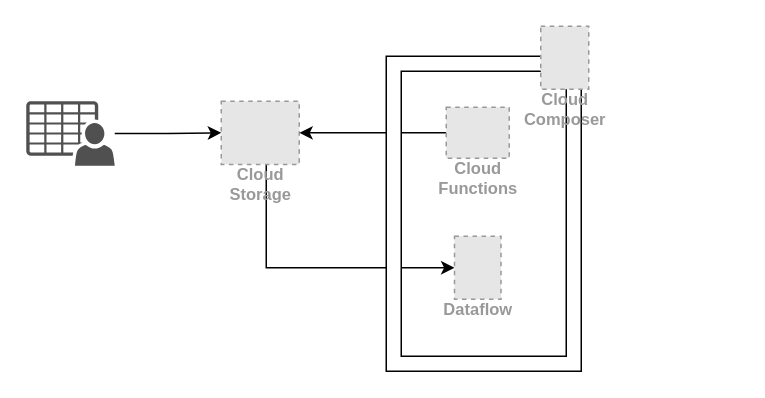
Earlier version of the draw.io diagram pipeline.drawio (yohan-alfonso/gcp-pipeline). Source tidied: cells renumbered, new cells numbered last; positions are measured from the earlier drawing's top-left corner, leaving out a move shared by most shapes. Both pictures are drawn from the tidied source at 150%, with x=0, y=0 at pixel (26, 26). Pictures stored in the file or linked from it are replaced by grey dashed boxes.
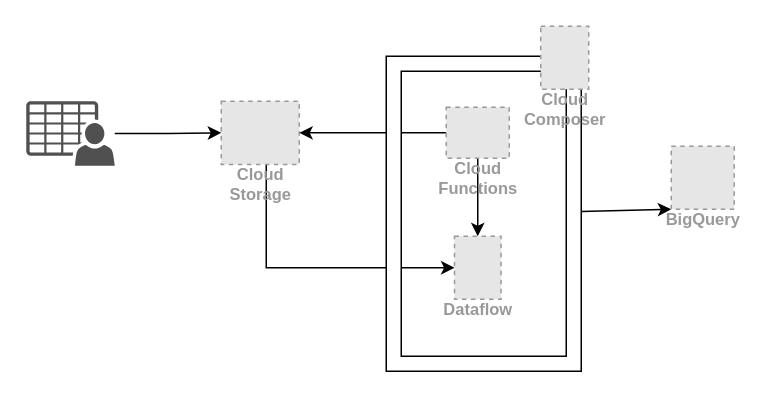
After the change.

Diff of the diagram source:
```diff
@@
 <mxGraphModel>
   <root>
     <mxCell id="0" />
     <mxCell id="1" parent="0" />
     <mxCell id="2" style="edgeStyle=orthogonalEdgeStyle;rounded=0;jettySize=auto;html=1;entryX=0;entryY=0.5;entryDx=0;entryDy=0;" parent="1" edge="1" source="3" target="5">
       <mxGeometry relative="1" as="geometry" />
     </mxCell>
     <mxCell id="3" style="sketch=0;shadow=0;dashed=0;html=1;strokeColor=none;fillColor=#505050;labelPosition=center;verticalLabelPosition=bottom;verticalAlign=top;outlineConnect=0;align=center;shape=mxgraph.office.users.csv_file;" parent="1" vertex="1">
       <mxGeometry y="50" width="59" height="43" as="geometry" />
     </mxCell>
     <mxCell id="4" style="edgeStyle=orthogonalEdgeStyle;rounded=0;jettySize=auto;html=1;entryX=0;entryY=0.5;entryDx=0;entryDy=0;" parent="1" edge="1" source="5" target="10">
       <mxGeometry relative="1" as="geometry">
         <Array as="points">
           <mxPoint x="160" y="161" />
         </Array>
       </mxGeometry>
     </mxCell>
     <mxCell id="5" value="Cloud&#10;Storage" style="fillColor=#E6E6E6;strokeColor=#999999;dashed=1;html=1;verticalAlign=top;labelPosition=center;verticalLabelPosition=bottom;align=center;spacingTop=-6;fontSize=11;fontStyle=1;fontColor=#999999;" parent="1" vertex="1">
       <mxGeometry x="130" y="50" width="52" height="42.1" as="geometry" />
     </mxCell>
     <mxCell id="6" style="edgeStyle=orthogonalEdgeStyle;rounded=0;jettySize=auto;html=1;entryX=1;entryY=0.5;entryDx=0;entryDy=0;" parent="1" edge="1" source="7" target="5">
       <mxGeometry relative="1" as="geometry" />
     </mxCell>
+    <mxCell id="11" style="edgeStyle=none;html=1;entryX=0.5;entryY=0;entryDx=0;entryDy=0;" parent="1" edge="1" source="7" target="10">
+      <mxGeometry relative="1" as="geometry" />
+    </mxCell>
     <mxCell id="7" value="Cloud&#10;Functions" style="fillColor=#E6E6E6;strokeColor=#999999;dashed=1;html=1;verticalAlign=top;labelPosition=center;verticalLabelPosition=bottom;align=center;spacingTop=-6;fontSize=11;fontStyle=1;fontColor=#999999;" parent="1" vertex="1">
       <mxGeometry x="280" y="54" width="42" height="34" as="geometry" />
     </mxCell>
+    <mxCell id="12" style="edgeStyle=none;html=1;entryX=0;entryY=1;entryDx=0;entryDy=0;" parent="1" edge="1" source="8" target="13">
+      <mxGeometry relative="1" as="geometry" />
+    </mxCell>
     <mxCell id="8" style="verticalLabelPosition=bottom;verticalAlign=top;html=1;shape=mxgraph.basic.frame;dx=10;whiteSpace=wrap;" parent="1" vertex="1">
       <mxGeometry x="240" y="20" width="130" height="210" as="geometry" />
     </mxCell>
     <mxCell id="9" value="Cloud&#10;Composer" style="fillColor=#E6E6E6;strokeColor=#999999;dashed=1;html=1;verticalAlign=top;labelPosition=center;verticalLabelPosition=bottom;align=center;spacingTop=-6;fontSize=11;fontStyle=1;fontColor=#999999;" parent="1" vertex="1">
       <mxGeometry x="343" width="32" height="42" as="geometry" />
     </mxCell>
     <mxCell id="10" value="Dataflow" style="fillColor=#E6E6E6;strokeColor=#999999;dashed=1;html=1;verticalAlign=top;labelPosition=center;verticalLabelPosition=bottom;align=center;spacingTop=-6;fontSize=11;fontStyle=1;fontColor=#999999;" parent="1" vertex="1">
       <mxGeometry x="285.5" y="140" width="31" height="42" as="geometry" />
     </mxCell>
+    <mxCell id="13" value="BigQuery" style="fillColor=#E6E6E6;strokeColor=#999999;dashed=1;html=1;verticalAlign=top;labelPosition=center;verticalLabelPosition=bottom;align=center;spacingTop=-6;fontSize=11;fontStyle=1;fontColor=#999999;" parent="1" vertex="1">
+      <mxGeometry x="430" y="80" width="42" height="42" as="geometry" />
+    </mxCell>
   </root>
 </mxGraphModel>
```
